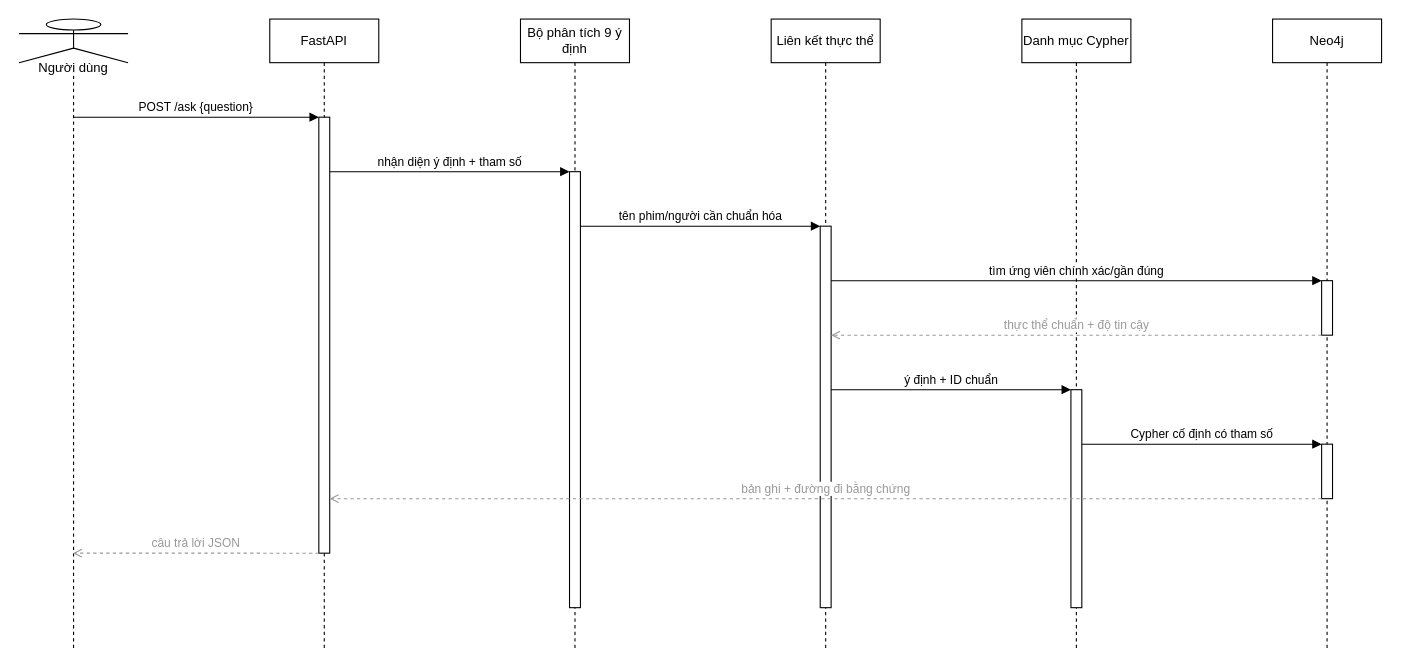
This is report_latex/images/sources/qa_sequence.drawio from khanhhk/advanced_database, a draw.io file, before an edit. Source tidied: cells renumbered, new cells numbered last; positions are measured from the earlier drawing's top-left corner, leaving out a move shared by most shapes. Both pictures are drawn from the tidied source at 109%, with x=0, y=0 at pixel (19, 19).
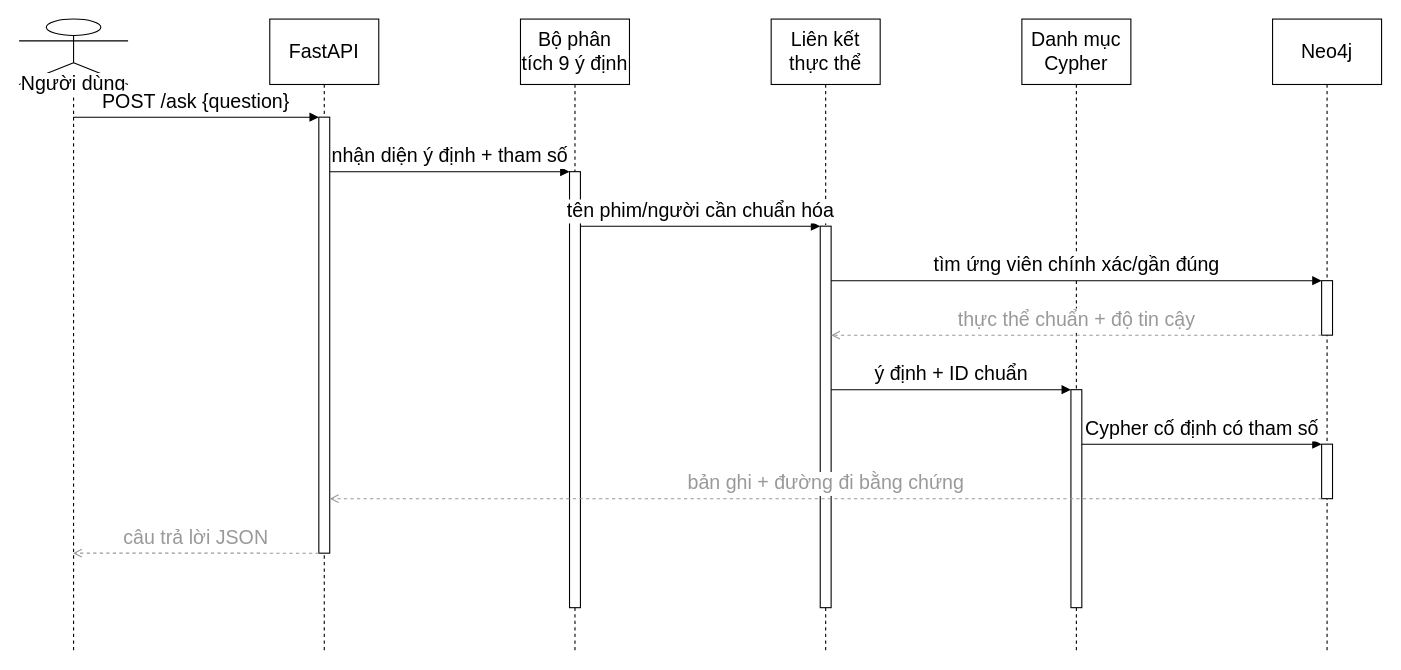
Above is the later version.

The change refers to these unchanged cells:
```xml
<mxCell id="8" style="html=1;points=[];perimeter=orthogonalPerimeter;outlineConnect=0;fillColor=#ffffff;" parent="7" vertex="1">
  <mxGeometry x="45" y="240" width="10" height="50" as="geometry" />
</mxCell>
<mxCell id="9" style="html=1;points=[];perimeter=orthogonalPerimeter;outlineConnect=0;fillColor=#ffffff;" parent="7" vertex="1">
  <mxGeometry x="45" y="390" width="10" height="50" as="geometry" />
</mxCell>
<mxCell id="10" style="html=1;points=[];perimeter=orthogonalPerimeter;outlineConnect=0;fillColor=#ffffff;" parent="3" vertex="1">
  <mxGeometry x="45" y="90" width="10" height="400" as="geometry" />
</mxCell>
<mxCell id="11" style="html=1;points=[];perimeter=orthogonalPerimeter;outlineConnect=0;fillColor=#ffffff;" parent="4" vertex="1">
  <mxGeometry x="45" y="140" width="10" height="400" as="geometry" />
</mxCell>
<mxCell id="12" style="html=1;points=[];perimeter=orthogonalPerimeter;outlineConnect=0;fillColor=#ffffff;" parent="5" vertex="1">
  <mxGeometry x="45" y="190" width="10" height="350" as="geometry" />
</mxCell>
<mxCell id="13" style="html=1;points=[];perimeter=orthogonalPerimeter;outlineConnect=0;fillColor=#ffffff;" parent="6" vertex="1">
  <mxGeometry x="45" y="340" width="10" height="200" as="geometry" />
</mxCell>
```

Diff of the diagram source:
```diff
@@
-    <mxCell id="2" value="Người dùng" style="shape=umlLifeline;perimeter=lifelinePerimeter;whiteSpace=wrap;html=1;outlineConnect=0;portConstraint=eastwest;size=40;participant=umlActor;verticalAlign=bottom;spacingBottom=-14;labelBackgroundColor=#ffffff;" parent="1" vertex="1">
+    <mxCell id="2" value="Người dùng" style="shape=umlLifeline;perimeter=lifelinePerimeter;whiteSpace=wrap;html=1;outlineConnect=0;portConstraint=eastwest;size=60;fontSize=18;participant=umlActor;verticalAlign=bottom;spacingBottom=-14;labelBackgroundColor=#ffffff;" parent="1" vertex="1">
       <mxGeometry width="100" height="580" as="geometry" />
     </mxCell>
-    <mxCell id="3" value="FastAPI" style="shape=umlLifeline;perimeter=lifelinePerimeter;whiteSpace=wrap;html=1;size=40;" parent="1" vertex="1">
+    <mxCell id="3" value="FastAPI" style="shape=umlLifeline;perimeter=lifelinePerimeter;whiteSpace=wrap;html=1;size=60;fontSize=18;" parent="1" vertex="1">
       <mxGeometry x="230" width="100" height="580" as="geometry" />
     </mxCell>
-    <mxCell id="4" value="Bộ phân tích 9 ý định" style="shape=umlLifeline;perimeter=lifelinePerimeter;whiteSpace=wrap;html=1;size=40;" parent="1" vertex="1">
+    <mxCell id="4" value="Bộ phân tích 9 ý định" style="shape=umlLifeline;perimeter=lifelinePerimeter;whiteSpace=wrap;html=1;size=60;fontSize=18;" parent="1" vertex="1">
       <mxGeometry x="460" width="100" height="580" as="geometry" />
     </mxCell>
-    <mxCell id="5" value="Liên kết thực thể" style="shape=umlLifeline;perimeter=lifelinePerimeter;whiteSpace=wrap;html=1;size=40;" parent="1" vertex="1">
+    <mxCell id="5" value="Liên kết thực thể" style="shape=umlLifeline;perimeter=lifelinePerimeter;whiteSpace=wrap;html=1;size=60;fontSize=18;" parent="1" vertex="1">
       <mxGeometry x="690" width="100" height="580" as="geometry" />
     </mxCell>
-    <mxCell id="6" value="Danh mục Cypher" style="shape=umlLifeline;perimeter=lifelinePerimeter;whiteSpace=wrap;html=1;size=40;" parent="1" vertex="1">
+    <mxCell id="6" value="Danh mục Cypher" style="shape=umlLifeline;perimeter=lifelinePerimeter;whiteSpace=wrap;html=1;size=60;fontSize=18;" parent="1" vertex="1">
       <mxGeometry x="920" width="100" height="580" as="geometry" />
     </mxCell>
-    <mxCell id="7" value="Neo4j" style="shape=umlLifeline;perimeter=lifelinePerimeter;whiteSpace=wrap;html=1;size=40;" parent="1" vertex="1">
+    <mxCell id="7" value="Neo4j" style="shape=umlLifeline;perimeter=lifelinePerimeter;whiteSpace=wrap;html=1;size=60;fontSize=18;" parent="1" vertex="1">
       <mxGeometry x="1150" width="100" height="580" as="geometry" />
     </mxCell>
@@
-    <mxCell id="14" value="POST /ask {question}" style="html=1;verticalAlign=bottom;endArrow=block;curved=0;rounded=0;exitX=0.5;exitY=0.1552;entryX=0;entryY=0.0;" parent="1" edge="1" source="2" target="10">
+    <mxCell id="14" value="POST /ask {question}" style="fontSize=18;html=1;verticalAlign=bottom;endArrow=block;curved=0;rounded=0;exitX=0.5;exitY=0.1552;entryX=0;entryY=0.0;" parent="1" edge="1" source="2" target="10">
       <mxGeometry relative="1" as="geometry" />
     </mxCell>
-    <mxCell id="15" value="nhận diện ý định + tham số" style="html=1;verticalAlign=bottom;endArrow=block;curved=0;rounded=0;exitX=1;exitY=0.125;entryX=0;entryY=0.0;" parent="1" edge="1" source="10" target="11">
+    <mxCell id="15" value="nhận diện ý định + tham số" style="fontSize=18;html=1;verticalAlign=bottom;endArrow=block;curved=0;rounded=0;exitX=1;exitY=0.125;entryX=0;entryY=0.0;" parent="1" edge="1" source="10" target="11">
       <mxGeometry relative="1" as="geometry" />
     </mxCell>
-    <mxCell id="16" value="tên phim/người cần chuẩn hóa" style="html=1;verticalAlign=bottom;endArrow=block;curved=0;rounded=0;exitX=1;exitY=0.125;entryX=0;entryY=0.0;" parent="1" edge="1" source="11" target="12">
+    <mxCell id="16" value="tên phim/người cần chuẩn hóa" style="fontSize=18;html=1;verticalAlign=bottom;endArrow=block;curved=0;rounded=0;exitX=1;exitY=0.125;entryX=0;entryY=0.0;" parent="1" edge="1" source="11" target="12">
       <mxGeometry relative="1" as="geometry" />
     </mxCell>
-    <mxCell id="17" value="tìm ứng viên chính xác/gần đúng" style="html=1;verticalAlign=bottom;endArrow=block;curved=0;rounded=0;exitX=1;exitY=0.1429;entryX=0;entryY=0.0;" parent="1" edge="1" source="12" target="8">
+    <mxCell id="17" value="tìm ứng viên chính xác/gần đúng" style="fontSize=18;html=1;verticalAlign=bottom;endArrow=block;curved=0;rounded=0;exitX=1;exitY=0.1429;entryX=0;entryY=0.0;" parent="1" edge="1" source="12" target="8">
       <mxGeometry relative="1" as="geometry" />
     </mxCell>
-    <mxCell id="18" value="thực thể chuẩn + độ tin cậy" style="html=1;verticalAlign=bottom;endArrow=open;dashed=1;curved=0;rounded=0;strokeColor=#999999;fontColor=#999999;exitX=0;exitY=1.0;entryX=1;entryY=0.2857;" parent="1" edge="1" source="8" target="12">
+    <mxCell id="18" value="thực thể chuẩn + độ tin cậy" style="fontSize=18;html=1;verticalAlign=bottom;endArrow=open;dashed=1;curved=0;rounded=0;strokeColor=#999999;fontColor=#999999;exitX=0;exitY=1.0;entryX=1;entryY=0.2857;" parent="1" edge="1" source="8" target="12">
       <mxGeometry relative="1" as="geometry" />
     </mxCell>
-    <mxCell id="19" value="ý định + ID chuẩn" style="html=1;verticalAlign=bottom;endArrow=block;curved=0;rounded=0;exitX=1;exitY=0.4286;entryX=0;entryY=0.0;" parent="1" edge="1" source="12" target="13">
+    <mxCell id="19" value="ý định + ID chuẩn" style="fontSize=18;html=1;verticalAlign=bottom;endArrow=block;curved=0;rounded=0;exitX=1;exitY=0.4286;entryX=0;entryY=0.0;" parent="1" edge="1" source="12" target="13">
       <mxGeometry relative="1" as="geometry" />
     </mxCell>
-    <mxCell id="20" value="Cypher cố định có tham số" style="html=1;verticalAlign=bottom;endArrow=block;curved=0;rounded=0;exitX=1;exitY=0.25;entryX=0;entryY=0.0;" parent="1" edge="1" source="13" target="9">
+    <mxCell id="20" value="Cypher cố định có tham số" style="fontSize=18;html=1;verticalAlign=bottom;endArrow=block;curved=0;rounded=0;exitX=1;exitY=0.25;entryX=0;entryY=0.0;" parent="1" edge="1" source="13" target="9">
       <mxGeometry relative="1" as="geometry" />
     </mxCell>
-    <mxCell id="21" value="bản ghi + đường đi bằng chứng" style="html=1;verticalAlign=bottom;endArrow=open;dashed=1;curved=0;rounded=0;strokeColor=#999999;fontColor=#999999;exitX=0;exitY=1.0;entryX=1;entryY=0.875;" parent="1" edge="1" source="9" target="10">
+    <mxCell id="21" value="bản ghi + đường đi bằng chứng" style="fontSize=18;html=1;verticalAlign=bottom;endArrow=open;dashed=1;curved=0;rounded=0;strokeColor=#999999;fontColor=#999999;exitX=0;exitY=1.0;entryX=1;entryY=0.875;" parent="1" edge="1" source="9" target="10">
       <mxGeometry relative="1" as="geometry" />
     </mxCell>
-    <mxCell id="22" value="câu trả lời JSON" style="html=1;verticalAlign=bottom;endArrow=open;dashed=1;curved=0;rounded=0;strokeColor=#999999;fontColor=#999999;exitX=0;exitY=1.0;entryX=0.5;entryY=0.8448;" parent="1" edge="1" source="10" target="2">
+    <mxCell id="22" value="câu trả lời JSON" style="fontSize=18;html=1;verticalAlign=bottom;endArrow=open;dashed=1;curved=0;rounded=0;strokeColor=#999999;fontColor=#999999;exitX=0;exitY=1.0;entryX=0.5;entryY=0.8448;" parent="1" edge="1" source="10" target="2">
       <mxGeometry relative="1" as="geometry" />
     </mxCell>
```
